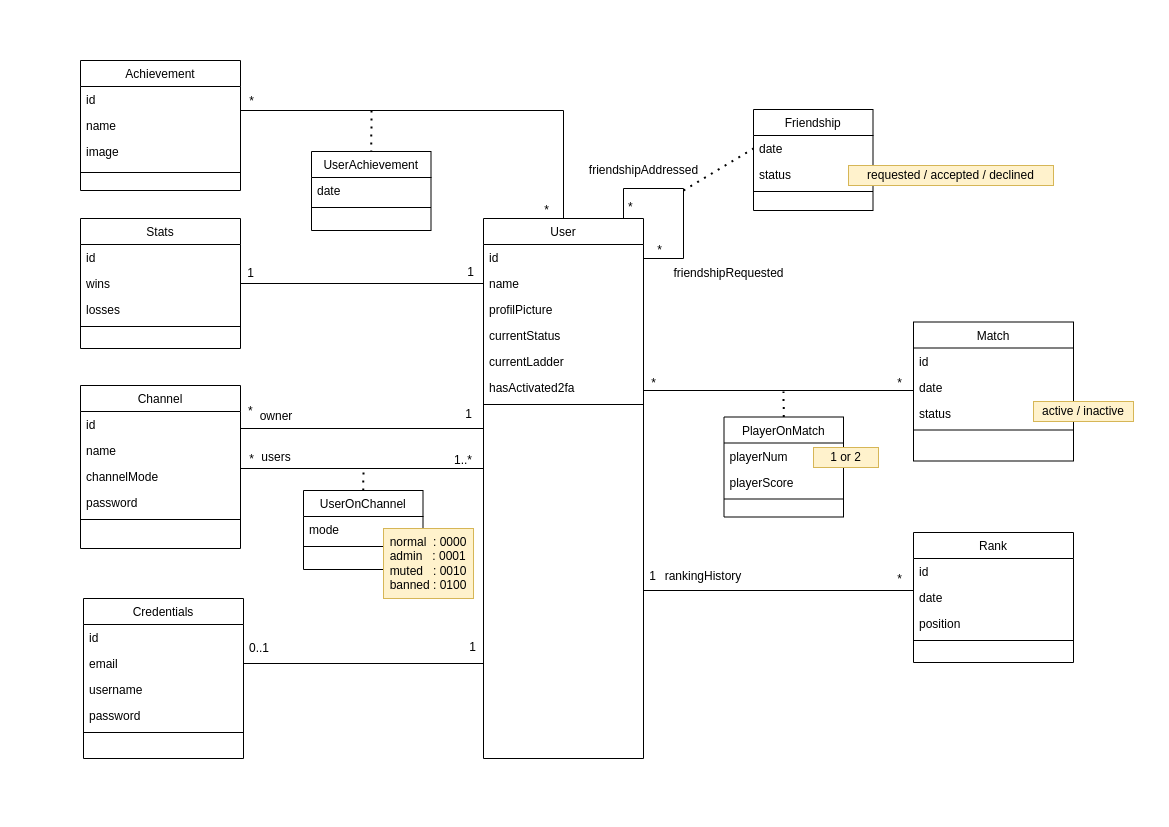
Earlier version of the draw.io export doc/datamodel.png (transcendence-42/ft_transcendence). Source tidied: cells renumbered, new cells last; positions are measured from the earlier drawing's top-left corner, leaving out a move shared by most shapes.
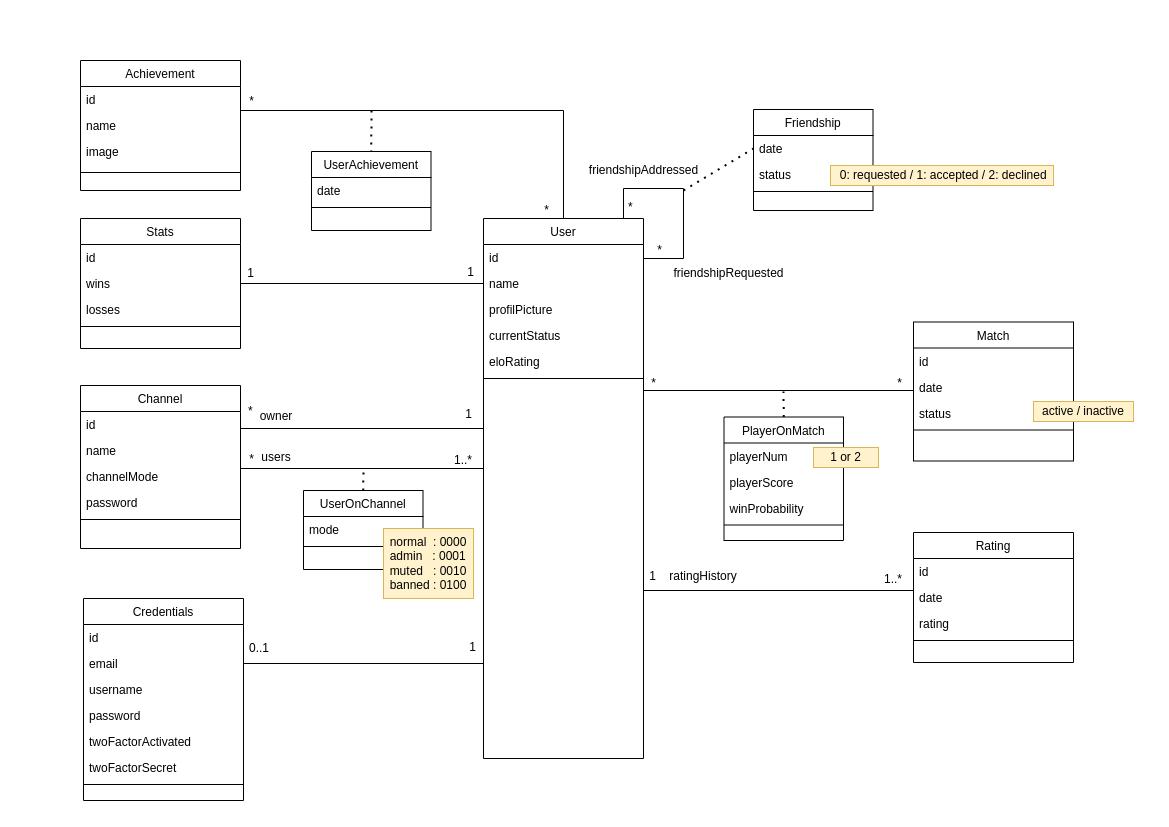
Above is the later version.

Diff of the diagram source:
```diff
@@ -17,9 +17,6 @@
     <mxCell id="6" value="currentStatus" style="text;align=left;verticalAlign=top;spacingLeft=4;spacingRight=4;overflow=hidden;rounded=0;shadow=0;html=0;" parent="2" vertex="1">
       <mxGeometry y="104" width="160" height="26" as="geometry" />
     </mxCell>
-    <mxCell id="7" value="currentLadder" style="text;align=left;verticalAlign=top;spacingLeft=4;spacingRight=4;overflow=hidden;rounded=0;shadow=0;html=0;" parent="2" vertex="1">
-      <mxGeometry y="130" width="160" height="26" as="geometry" />
-    </mxCell>
     <mxCell id="8" style="endArrow=none;shadow=0;strokeWidth=1;rounded=0;endFill=0;edgeStyle=orthogonalEdgeStyle;elbow=vertical;" parent="2" edge="1" source="2">
       <mxGeometry x="0.5" y="41" relative="1" as="geometry">
         <mxPoint x="160" y="60" as="targetPoint" />
@@ -42,11 +39,11 @@
         <mxPoint x="20" y="-20" as="offset" />
       </mxGeometry>
     </mxCell>
-    <mxCell id="11" value="hasActivated2fa" style="text;align=left;verticalAlign=top;spacingLeft=4;spacingRight=4;overflow=hidden;rounded=0;shadow=0;html=0;" parent="2" vertex="1">
-      <mxGeometry y="156" width="160" height="26" as="geometry" />
-    </mxCell>
+    <mxCell id="93" value="eloRating" style="text;align=left;verticalAlign=top;spacingLeft=4;spacingRight=4;overflow=hidden;rounded=0;shadow=0;html=0;" parent="2" vertex="1">
+      <mxGeometry y="130" width="160" height="26" as="geometry" />
+    </mxCell>
     <mxCell id="12" style="line;html=1;strokeWidth=1;align=left;verticalAlign=middle;spacingTop=-1;spacingLeft=3;spacingRight=3;labelPosition=right;" parent="2" vertex="1">
-      <mxGeometry y="182" width="160" height="8" as="geometry" />
+      <mxGeometry y="156" width="160" height="8" as="geometry" />
     </mxCell>
     <mxCell id="13" value="Stats" style="swimlane;fontStyle=0;align=center;verticalAlign=top;horizontal=1;startSize=26;rounded=0;shadow=0;strokeWidth=1;" parent="1" vertex="1">
       <mxGeometry y="158" width="160" height="130" as="geometry" />
@@ -66,7 +63,7 @@
     <mxCell id="18" value="friendshipAddressed" style="text;html=1;strokeColor=none;fillColor=none;align=center;verticalAlign=middle;whiteSpace=wrap;rounded=0;" parent="1" vertex="1">
       <mxGeometry x="505" y="95" width="117" height="30" as="geometry" />
     </mxCell>
-    <mxCell id="19" value="Rank" style="swimlane;fontStyle=0;align=center;verticalAlign=top;horizontal=1;startSize=26;rounded=0;shadow=0;strokeWidth=1;" parent="1" vertex="1">
+    <mxCell id="19" value="Rating" style="swimlane;fontStyle=0;align=center;verticalAlign=top;horizontal=1;startSize=26;rounded=0;shadow=0;strokeWidth=1;" parent="1" vertex="1">
       <mxGeometry x="833" y="472" width="160" height="130" as="geometry" />
     </mxCell>
     <mxCell id="20" value="id" style="text;align=left;verticalAlign=top;spacingLeft=4;spacingRight=4;overflow=hidden;points=[[0,0.5],[1,0.5]];portConstraint=eastwest;" parent="19" vertex="1">
@@ -75,7 +72,7 @@
     <mxCell id="21" value="date" style="text;align=left;verticalAlign=top;spacingLeft=4;spacingRight=4;overflow=hidden;rounded=0;shadow=0;html=0;" parent="19" vertex="1">
       <mxGeometry y="52" width="160" height="26" as="geometry" />
     </mxCell>
-    <mxCell id="22" value="position" style="text;align=left;verticalAlign=top;spacingLeft=4;spacingRight=4;overflow=hidden;rounded=0;shadow=0;html=0;" parent="19" vertex="1">
+    <mxCell id="22" value="rating" style="text;align=left;verticalAlign=top;spacingLeft=4;spacingRight=4;overflow=hidden;rounded=0;shadow=0;html=0;" parent="19" vertex="1">
       <mxGeometry y="78" width="160" height="26" as="geometry" />
     </mxCell>
     <mxCell id="23" style="line;html=1;strokeWidth=1;align=left;verticalAlign=middle;spacingTop=-1;spacingLeft=3;spacingRight=3;labelPosition=right;" parent="19" vertex="1">
@@ -89,13 +86,13 @@
         </Array>
       </mxGeometry>
     </mxCell>
-    <mxCell id="25" value="*" style="align=right;verticalAlign=bottom;labelBackgroundColor=none;fontSize=12;" parent="1" vertex="1">
+    <mxCell id="25" value="1..*" style="align=right;verticalAlign=bottom;labelBackgroundColor=none;fontSize=12;" parent="1" vertex="1">
       <mxGeometry x="823" y="527" as="geometry" />
     </mxCell>
     <mxCell id="26" value="1" style="align=right;verticalAlign=bottom;labelBackgroundColor=none;fontSize=12;" parent="1" vertex="1">
       <mxGeometry x="577" y="524" as="geometry" />
     </mxCell>
-    <mxCell id="27" value="rankingHistory" style="text;html=1;strokeColor=none;fillColor=none;align=center;verticalAlign=middle;whiteSpace=wrap;rounded=0;" parent="1" vertex="1">
+    <mxCell id="27" value="ratingHistory" style="text;html=1;strokeColor=none;fillColor=none;align=center;verticalAlign=middle;whiteSpace=wrap;rounded=0;" parent="1" vertex="1">
       <mxGeometry x="583" y="501" width="80" height="30" as="geometry" />
     </mxCell>
     <mxCell id="28" style="endArrow=none;html=1;rounded=0;exitX=1;exitY=0.5;exitDx=0;exitDy=0;entryX=0;entryY=0.5;entryDx=0;entryDy=0;edgeStyle=orthogonalEdgeStyle;fillColor=#FF9999;" parent="1" edge="1" source="15" target="4">
@@ -172,7 +169,7 @@
       <mxGeometry x="590" y="198" width="117" height="30" as="geometry" />
     </mxCell>
     <mxCell id="47" value="Credentials" style="swimlane;fontStyle=0;align=center;verticalAlign=top;horizontal=1;startSize=26;rounded=0;shadow=0;strokeWidth=1;" parent="1" vertex="1">
-      <mxGeometry x="3" y="538" width="160" height="160" as="geometry" />
+      <mxGeometry x="3" y="538" width="160" height="202" as="geometry" />
     </mxCell>
     <mxCell id="48" value="id" style="text;align=left;verticalAlign=top;spacingLeft=4;spacingRight=4;overflow=hidden;" parent="47" vertex="1">
       <mxGeometry y="26" width="160" height="26" as="geometry" />
@@ -186,8 +183,14 @@
     <mxCell id="51" value="password" style="text;align=left;verticalAlign=top;spacingLeft=4;spacingRight=4;overflow=hidden;rounded=0;shadow=0;html=0;" parent="47" vertex="1">
       <mxGeometry y="104" width="160" height="26" as="geometry" />
     </mxCell>
+    <mxCell id="94" value="twoFactorActivated" style="text;align=left;verticalAlign=top;spacingLeft=4;spacingRight=4;overflow=hidden;rounded=0;shadow=0;html=0;" parent="47" vertex="1">
+      <mxGeometry y="130" width="160" height="26" as="geometry" />
+    </mxCell>
+    <mxCell id="95" value="twoFactorSecret" style="text;align=left;verticalAlign=top;spacingLeft=4;spacingRight=4;overflow=hidden;rounded=0;shadow=0;html=0;" parent="47" vertex="1">
+      <mxGeometry y="156" width="160" height="26" as="geometry" />
+    </mxCell>
     <mxCell id="52" style="line;html=1;strokeWidth=1;align=left;verticalAlign=middle;spacingTop=-1;spacingLeft=3;spacingRight=3;labelPosition=right;" parent="47" vertex="1">
-      <mxGeometry y="130" width="160" height="8" as="geometry" />
+      <mxGeometry y="182" width="160" height="8" as="geometry" />
     </mxCell>
     <mxCell id="53" style="endArrow=none;html=1;rounded=0;strokeColor=#000000;fillColor=#FF9999;exitX=1;exitY=0.5;exitDx=0;exitDy=0;entryX=0;entryY=0.75;entryDx=0;entryDy=0;edgeStyle=orthogonalEdgeStyle;" parent="1" edge="1" source="49" target="2">
       <mxGeometry relative="1" as="geometry">
@@ -239,7 +242,7 @@
       </mxGeometry>
     </mxCell>
     <mxCell id="65" value="PlayerOnMatch" style="swimlane;fontStyle=0;align=center;verticalAlign=top;horizontal=1;startSize=26;rounded=0;shadow=0;strokeWidth=1;" parent="1" vertex="1">
-      <mxGeometry x="643.5" y="356.5" width="119.5" height="100" as="geometry" />
+      <mxGeometry x="643.5" y="356.5" width="119.5" height="123.5" as="geometry" />
     </mxCell>
     <mxCell id="66" value="playerNum" style="text;align=left;verticalAlign=top;spacingLeft=4;spacingRight=4;overflow=hidden;" parent="65" vertex="1">
       <mxGeometry y="26" width="119.5" height="26" as="geometry" />
@@ -247,8 +250,11 @@
     <mxCell id="67" value="playerScore" style="text;align=left;verticalAlign=top;spacingLeft=4;spacingRight=4;overflow=hidden;rounded=0;shadow=0;html=0;" parent="65" vertex="1">
       <mxGeometry y="52" width="119.5" height="26" as="geometry" />
     </mxCell>
+    <mxCell id="96" value="winProbability" style="text;align=left;verticalAlign=top;spacingLeft=4;spacingRight=4;overflow=hidden;rounded=0;shadow=0;html=0;" parent="65" vertex="1">
+      <mxGeometry y="78" width="119.5" height="26" as="geometry" />
+    </mxCell>
     <mxCell id="68" style="line;html=1;strokeWidth=1;align=left;verticalAlign=middle;spacingTop=-1;spacingLeft=3;spacingRight=3;labelPosition=right;" parent="65" vertex="1">
-      <mxGeometry y="78" width="119.5" height="8" as="geometry" />
+      <mxGeometry y="104" width="119.5" height="8" as="geometry" />
     </mxCell>
     <mxCell id="69" value="&lt;div style=&quot;text-align: left;&quot;&gt;&lt;span style=&quot;background-color: initial;&quot;&gt;1 or 2&lt;br&gt;&lt;/span&gt;&lt;/div&gt;" style="text;html=1;strokeColor=#d6b656;fillColor=#fff2cc;align=center;verticalAlign=middle;whiteSpace=wrap;rounded=0;" parent="1" vertex="1">
       <mxGeometry x="733" y="387" width="65" height="20" as="geometry" />
@@ -328,8 +334,8 @@
         <mxPoint x="603" y="130" as="sourcePoint" />
       </mxGeometry>
     </mxCell>
-    <mxCell id="92" value="&lt;div style=&quot;text-align: left;&quot;&gt;&lt;span style=&quot;background-color: initial;&quot;&gt;requested / accepted / declined&lt;/span&gt;&lt;/div&gt;" style="text;html=1;strokeColor=#d6b656;fillColor=#fff2cc;align=center;verticalAlign=middle;whiteSpace=wrap;rounded=0;" parent="1" vertex="1">
-      <mxGeometry x="768" y="105" width="205" height="20" as="geometry" />
+    <mxCell id="92" value="&lt;div style=&quot;text-align: left;&quot;&gt;&lt;span style=&quot;background-color: initial;&quot;&gt;&amp;nbsp;0: requested / 1: accepted / 2: declined&lt;/span&gt;&lt;/div&gt;" style="text;html=1;strokeColor=#d6b656;fillColor=#fff2cc;align=center;verticalAlign=middle;whiteSpace=wrap;rounded=0;" parent="1" vertex="1">
+      <mxGeometry x="750" y="105" width="223" height="20" as="geometry" />
     </mxCell>
   </root>
 </mxGraphModel>
```
